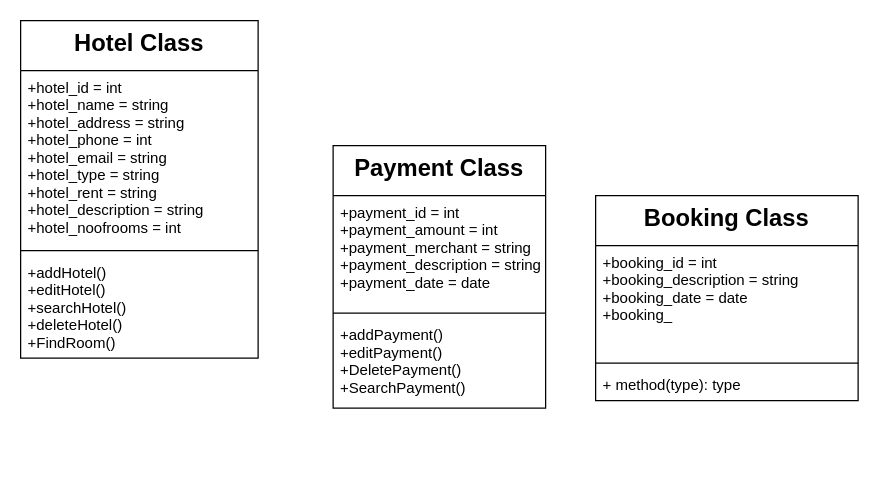
Above: Untitled Diagram.drawio in bidya01/Programs (draw.io), before the change. Source tidied: cells renumbered, new cells numbered last; positions are measured from the earlier drawing's top-left corner, leaving out a move shared by most shapes. Both pictures are drawn from the tidied source at 125%, with x=0, y=0 at pixel (20, 20).
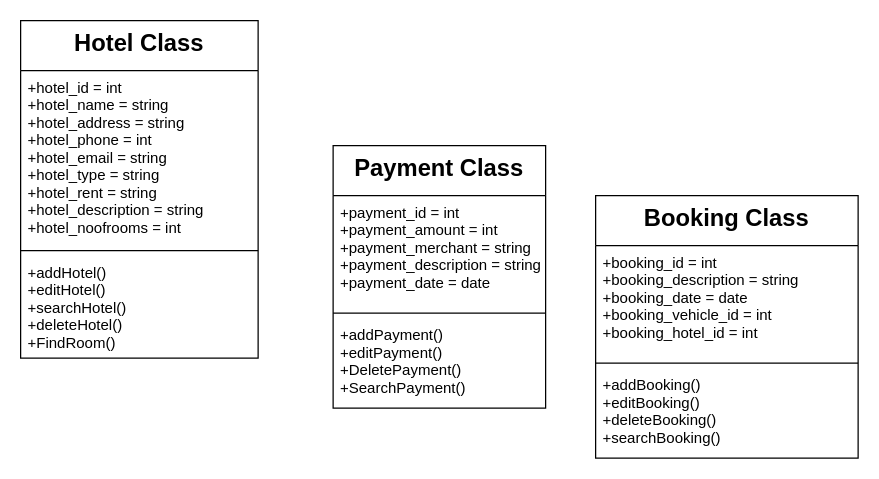
The same page after the edit.

Diff of the diagram source:
```diff
@@
 <mxGraphModel>
   <root>
     <mxCell id="0" />
     <mxCell id="1" parent="0" />
     <mxCell id="2" value="Hotel Class" style="swimlane;fontStyle=1;align=center;verticalAlign=top;horizontal=1;startSize=40;fontSize=19;" parent="1" vertex="1">
       <mxGeometry width="190" height="270" as="geometry" />
     </mxCell>
     <mxCell id="3" value="+hotel_id = int&#10;+hotel_name = string&#10;+hotel_address = string&#10;+hotel_phone = int&#10;+hotel_email = string&#10;+hotel_type = string&#10;+hotel_rent = string&#10;+hotel_description = string&#10;+hotel_noofrooms = int&#10;&#10;" style="text;strokeColor=none;fillColor=none;align=left;verticalAlign=top;spacingLeft=4;spacingRight=4;overflow=hidden;" parent="2" vertex="1">
       <mxGeometry y="40" width="190" height="140" as="geometry" />
     </mxCell>
     <mxCell id="4" style="line;strokeWidth=1;fillColor=none;align=left;verticalAlign=middle;spacingTop=-1;spacingLeft=3;spacingRight=3;labelPosition=right;" parent="2" vertex="1">
       <mxGeometry y="180" width="190" height="8" as="geometry" />
     </mxCell>
     <mxCell id="5" value="+addHotel()&#10;+editHotel()&#10;+searchHotel()&#10;+deleteHotel()&#10;+FindRoom()&#10;&#10;&#10;" style="text;strokeColor=none;fillColor=none;align=left;verticalAlign=top;spacingLeft=4;spacingRight=4;overflow=hidden;" parent="2" vertex="1">
       <mxGeometry y="188" width="190" height="82" as="geometry" />
     </mxCell>
     <mxCell id="6" value="Payment Class" style="swimlane;fontStyle=1;align=center;verticalAlign=top;horizontal=1;startSize=40;fontSize=19;" parent="1" vertex="1">
       <mxGeometry x="250" y="100" width="170" height="210" as="geometry" />
     </mxCell>
     <mxCell id="7" value="+payment_id = int&#10;+payment_amount = int&#10;+payment_merchant = string&#10;+payment_description = string&#10;+payment_date = date" style="text;strokeColor=none;fillColor=none;align=left;verticalAlign=top;spacingLeft=4;spacingRight=4;overflow=hidden;" parent="6" vertex="1">
       <mxGeometry y="40" width="170" height="90" as="geometry" />
     </mxCell>
     <mxCell id="8" style="line;strokeWidth=1;fillColor=none;align=left;verticalAlign=middle;spacingTop=-1;spacingLeft=3;spacingRight=3;labelPosition=right;" parent="6" vertex="1">
       <mxGeometry y="130" width="170" height="8" as="geometry" />
     </mxCell>
     <mxCell id="9" value="+addPayment()&#10;+editPayment()&#10;+DeletePayment()&#10;+SearchPayment()" style="text;strokeColor=none;fillColor=none;align=left;verticalAlign=top;spacingLeft=4;spacingRight=4;overflow=hidden;" parent="6" vertex="1">
       <mxGeometry y="138" width="170" height="72" as="geometry" />
     </mxCell>
     <mxCell id="10" value="Booking Class" style="swimlane;fontStyle=1;align=center;verticalAlign=top;horizontal=1;startSize=40;fontSize=19;" parent="1" vertex="1">
-      <mxGeometry x="460" y="140" width="210" height="164" as="geometry" />
+      <mxGeometry x="460" y="140" width="210" height="210" as="geometry" />
     </mxCell>
-    <mxCell id="11" value="+booking_id = int&#10;+booking_description = string&#10;+booking_date = date&#10;+booking_&#10;" style="text;strokeColor=none;fillColor=none;align=left;verticalAlign=top;spacingLeft=4;spacingRight=4;overflow=hidden;" parent="10" vertex="1">
+    <mxCell id="11" value="+booking_id = int&#10;+booking_description = string&#10;+booking_date = date&#10;+booking_vehicle_id = int&#10;+booking_hotel_id = int&#10;" style="text;strokeColor=none;fillColor=none;align=left;verticalAlign=top;spacingLeft=4;spacingRight=4;overflow=hidden;" parent="10" vertex="1">
       <mxGeometry y="40" width="210" height="90" as="geometry" />
     </mxCell>
     <mxCell id="12" style="line;strokeWidth=1;fillColor=none;align=left;verticalAlign=middle;spacingTop=-1;spacingLeft=3;spacingRight=3;labelPosition=right;" parent="10" vertex="1">
       <mxGeometry y="130" width="210" height="8" as="geometry" />
     </mxCell>
-    <mxCell id="13" value="+ method(type): type" style="text;strokeColor=none;fillColor=none;align=left;verticalAlign=top;spacingLeft=4;spacingRight=4;overflow=hidden;" parent="10" vertex="1">
-      <mxGeometry y="138" width="210" height="26" as="geometry" />
+    <mxCell id="13" value="+addBooking()&#10;+editBooking()&#10;+deleteBooking()&#10;+searchBooking()&#10;" style="text;strokeColor=none;fillColor=none;align=left;verticalAlign=top;spacingLeft=4;spacingRight=4;overflow=hidden;" parent="10" vertex="1">
+      <mxGeometry y="138" width="210" height="72" as="geometry" />
     </mxCell>
   </root>
 </mxGraphModel>
```
